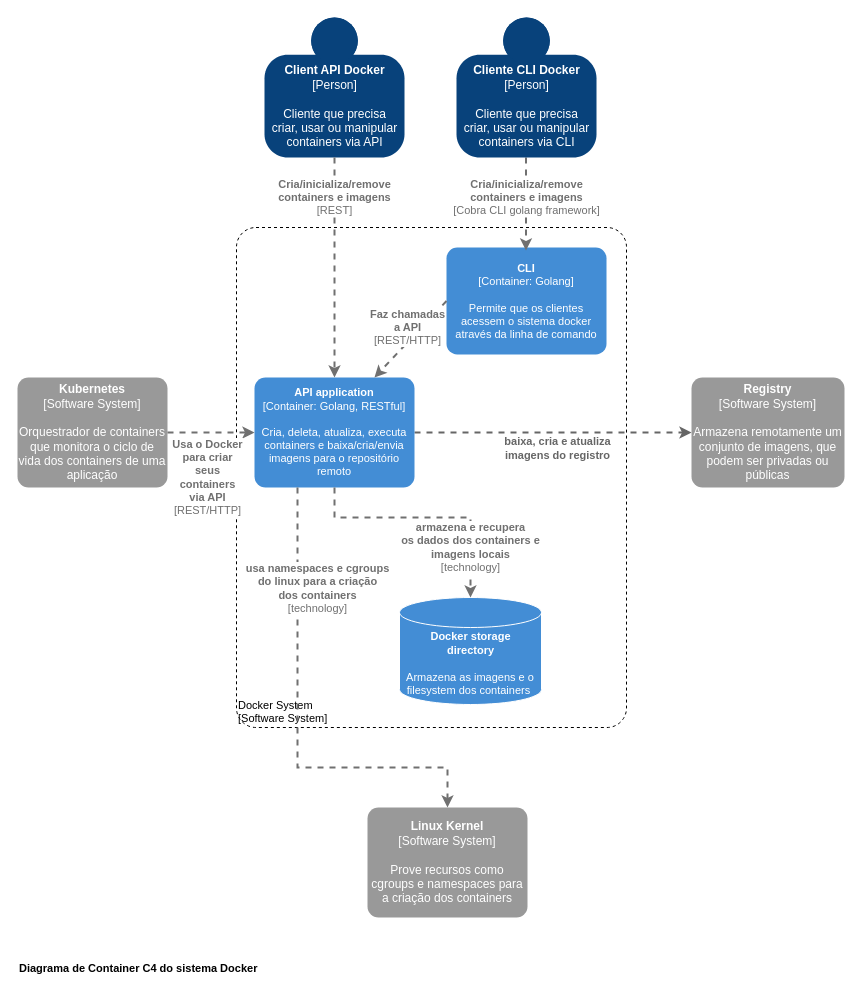
Before: page "container diagram" (2 of 3) of c4-context.drawio in viniciusbds/draw-io, a draw.io diagram. Source tidied: cells renumbered, new cells numbered last; positions are measured from the earlier drawing's top-left corner, leaving out a move shared by most shapes. Both pictures are drawn from the tidied source at 100%, with x=0, y=0 at pixel (17, 17).
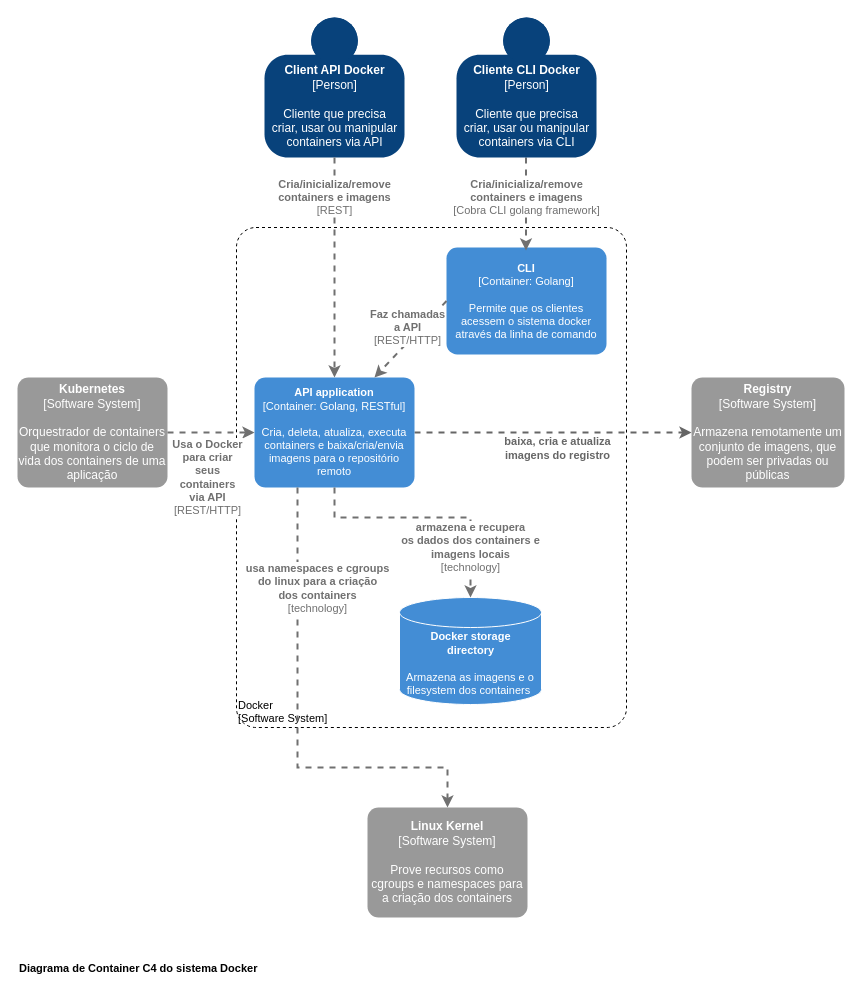
The same page after the edit.

What changed in the source:
```diff
@@
-    <object id="2" label="&lt;div style=&quot;text-align: left&quot;&gt;%c4Name%&lt;/div&gt;&lt;div style=&quot;text-align: left&quot;&gt;[%c4Application%]&lt;/div&gt;" c4Application="Software System" c4Name="Docker System" placeholders="1">
+    <object id="2" label="&lt;div style=&quot;text-align: left&quot;&gt;%c4Name%&lt;/div&gt;&lt;div style=&quot;text-align: left&quot;&gt;[%c4Application%]&lt;/div&gt;" c4Application="Software System" c4Name="Docker" placeholders="1">
       <mxCell style="rounded=1;whiteSpace=wrap;html=1;labelBackgroundColor=none;fillColor=#ffffff;fontColor=#000000;align=left;arcSize=5;strokeColor=#000000;verticalAlign=bottom;metaData={&quot;c4Type&quot;:{&quot;editable&quot;:false}};shadow=0;glass=0;dashed=1;sketch=0;fontSize=11;fontStyle=0;" parent="1" vertex="1">
         <mxGeometry x="219" y="210" width="390" height="500" as="geometry" />
       </mxCell>
     </object>
```
